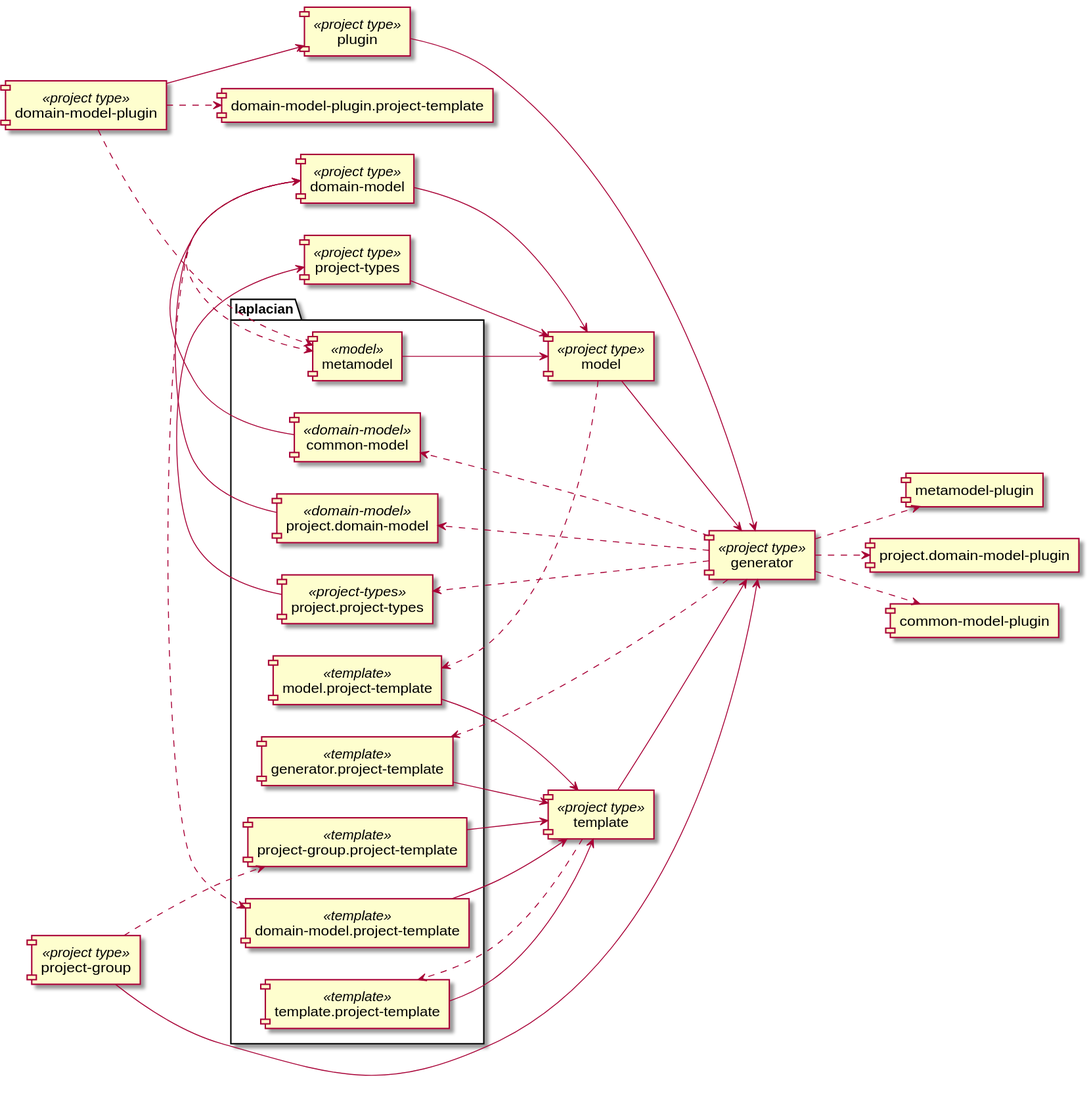
laplacian-core/projects keeps this PlantUML diagram as doc/image/project-dependency-graph.svg. Above is the earlier version.
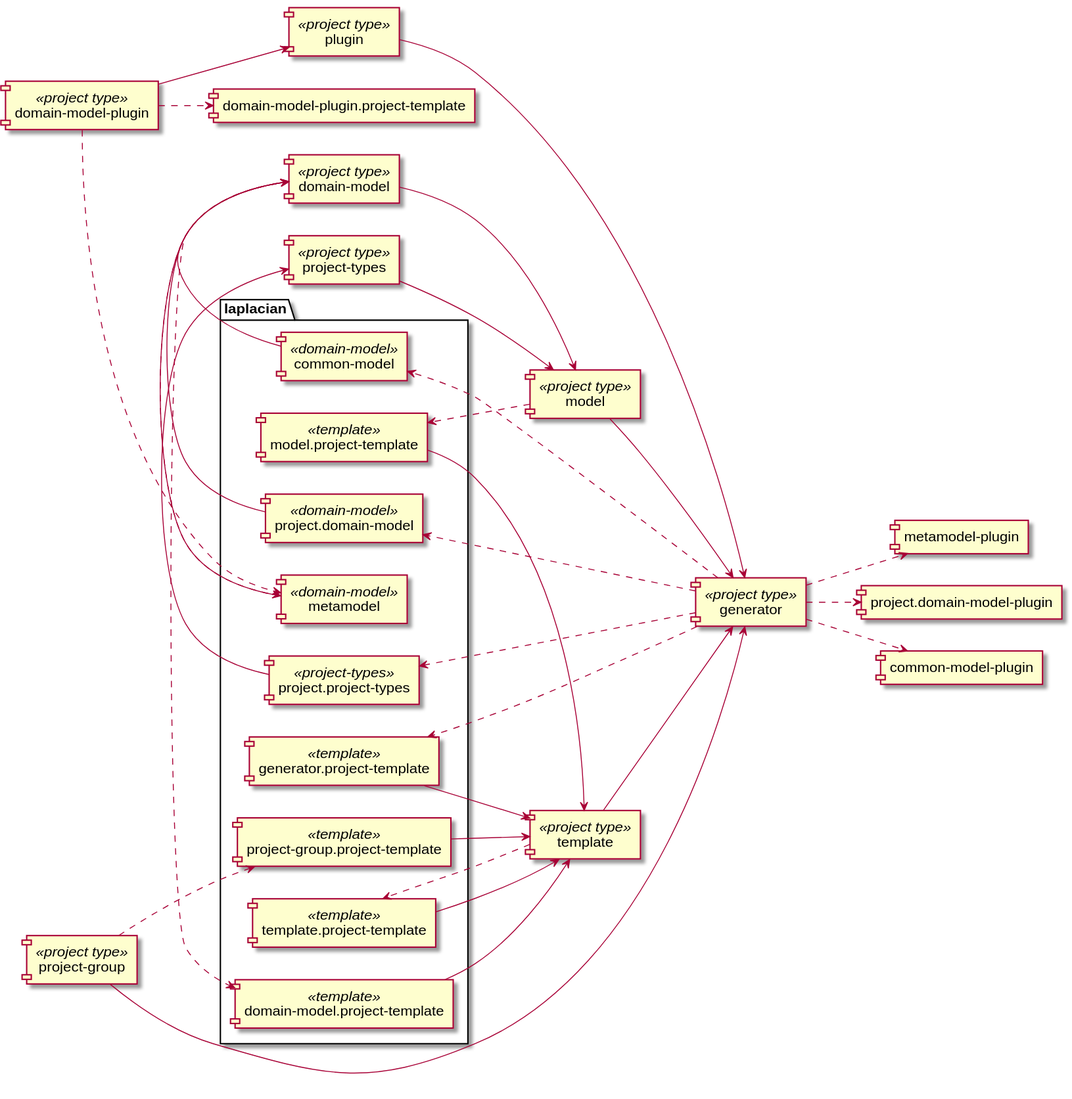
After the commit.

Commit message:
fix the project type of the metamodel project

The edit, as a diff of the source:
```diff
@@ -27,8 +27,8 @@
   [domain-model.project-template] --> [template]
   [generator.project-template] <<template>>
   [generator.project-template] --> [template]
-  [metamodel] <<model>>
-  [metamodel] --> [model]
+  [metamodel] <<domain-model>>
+  [metamodel] --> [domain-model]
   [model.project-template] <<template>>
   [model.project-template] --> [template]
   [project-group.project-template] <<template>>
```
